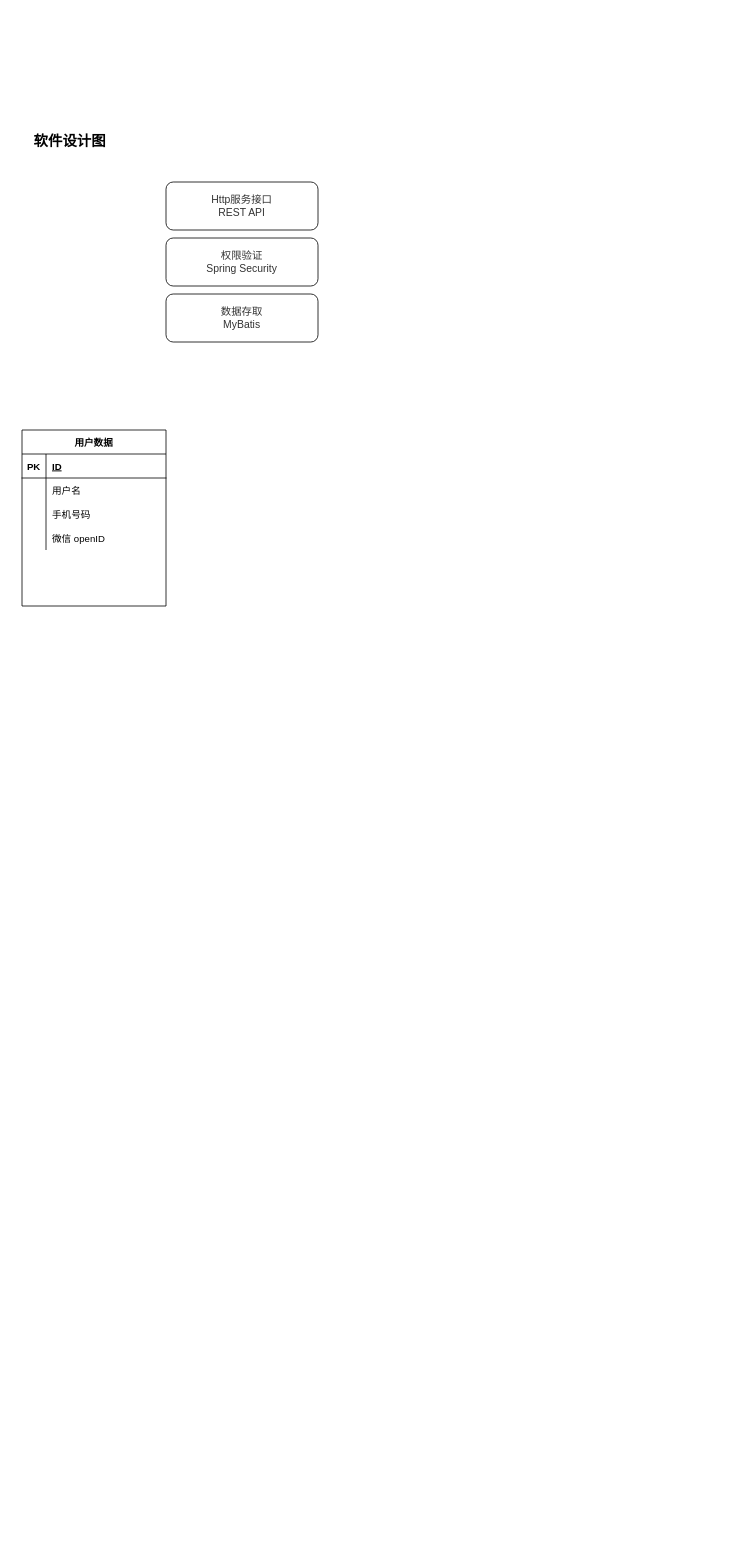
Above: emoson/Untitled Diagram.drawio in hexhero/design (draw.io), before the change. Source tidied: cells renumbered, new cells numbered last; positions are measured from the earlier drawing's top-left corner, leaving out a move shared by most shapes. Both pictures are drawn from the tidied source at 80%, with x=0, y=0 at pixel (14, 126).
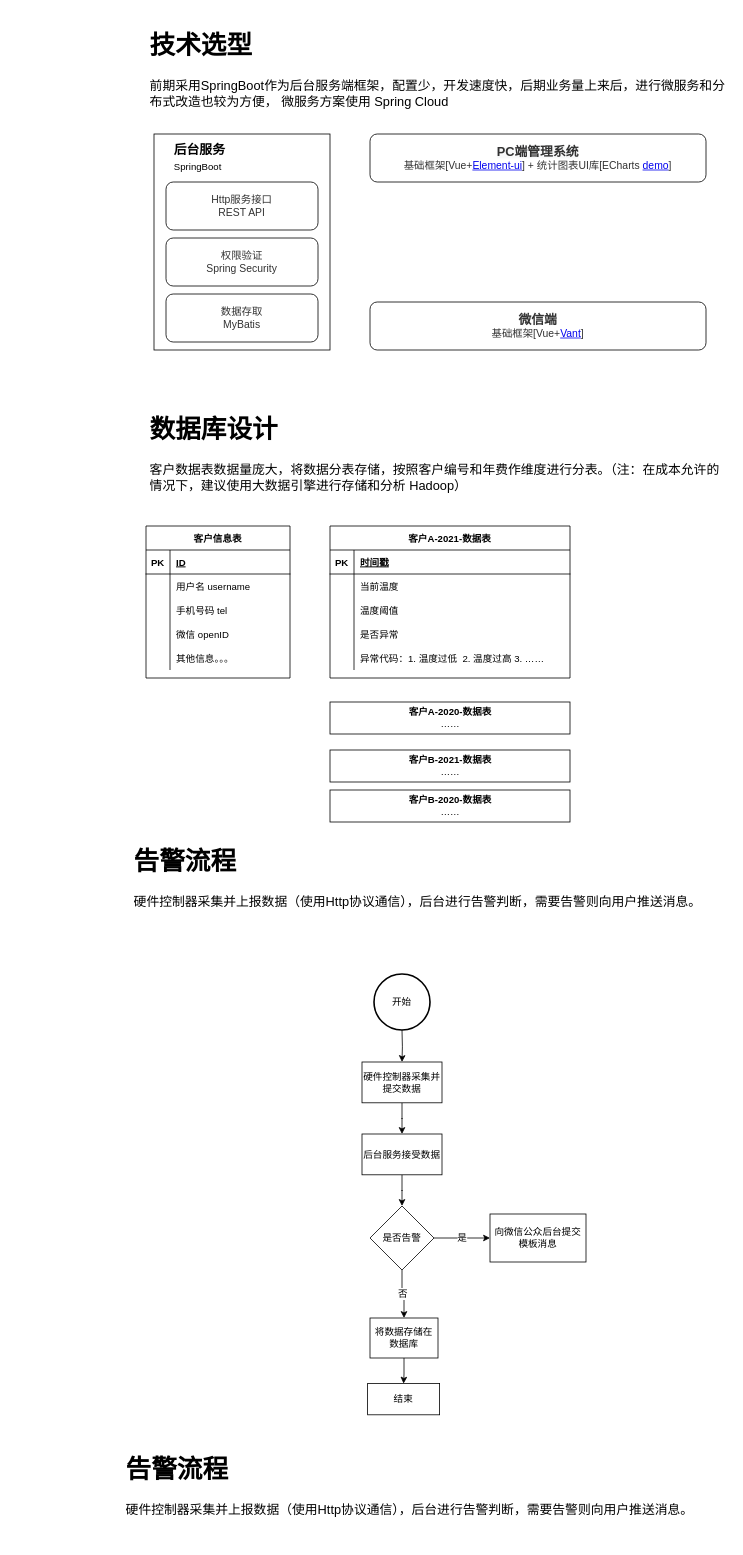
After the change.

The change refers to these unchanged cells:
```xml
<mxCell id="7" style="shape=partialRectangle;fillColor=none;top=0;left=0;bottom=0;right=0;" parent="3" vertex="1">
  <mxGeometry y="60" width="180" height="30" as="geometry" />
</mxCell>
<mxCell id="10" style="shape=partialRectangle;fillColor=none;top=0;left=0;bottom=0;right=0;" parent="3" vertex="1">
  <mxGeometry y="90" width="180" height="30" as="geometry" />
</mxCell>
```

Diff of the diagram source:
```diff
@@
-    <mxCell id="2" value="软件设计图" style="text;html=1;strokeColor=none;fillColor=none;align=center;verticalAlign=middle;whiteSpace=wrap;rounded=0;fontSize=18;fontStyle=1;" parent="1" vertex="1">
-      <mxGeometry width="140" height="40" as="geometry" />
-    </mxCell>
+    <mxCell id="19" style="rounded=0;whiteSpace=wrap;html=1;" parent="1" vertex="1">
+      <mxGeometry x="175" y="10" width="220" height="270" as="geometry" />
+    </mxCell>
-    <mxCell id="3" value="用户数据" style="shape=table;startSize=30;childLayout=tableLayout;rowLines=0;fontStyle=1;align=center;" parent="1" vertex="1">
-      <mxGeometry x="10" y="380" width="180" height="220" as="geometry" />
+    <mxCell id="3" value="客户信息表" style="shape=table;startSize=30;childLayout=tableLayout;rowLines=0;fontStyle=1;align=center;" parent="1" vertex="1">
+      <mxGeometry x="165" y="500" width="180" height="190" as="geometry" />
     </mxCell>
@@
-    <mxCell id="9" value="用户名" style="shape=partialRectangle;fillColor=none;top=0;left=0;bottom=0;right=0;align=left;spacingLeft=6;overflow=hidden;" parent="7" vertex="1">
+    <mxCell id="9" value="用户名 username" style="shape=partialRectangle;fillColor=none;top=0;left=0;bottom=0;right=0;align=left;spacingLeft=6;overflow=hidden;" parent="7" vertex="1">
       <mxGeometry x="30" width="150" height="30" as="geometry" />
     </mxCell>
@@
-    <mxCell id="12" value="手机号码" style="shape=partialRectangle;fillColor=none;top=0;left=0;bottom=0;right=0;align=left;spacingLeft=6;overflow=hidden;" parent="10" vertex="1">
+    <mxCell id="12" value="手机号码 tel" style="shape=partialRectangle;fillColor=none;top=0;left=0;bottom=0;right=0;align=left;spacingLeft=6;overflow=hidden;" parent="10" vertex="1">
       <mxGeometry x="30" width="150" height="30" as="geometry" />
     </mxCell>
@@
+    <mxCell id="20" style="shape=partialRectangle;fillColor=none;top=0;left=0;bottom=0;right=0;" parent="3" vertex="1">
+      <mxGeometry y="150" width="180" height="30" as="geometry" />
+    </mxCell>
+    <mxCell id="21" style="shape=partialRectangle;fillColor=none;top=0;left=0;bottom=0;right=0;overflow=hidden;" parent="20" vertex="1">
+      <mxGeometry width="30" height="30" as="geometry" />
+    </mxCell>
+    <mxCell id="22" value="其他信息。。。" style="shape=partialRectangle;fillColor=none;top=0;left=0;bottom=0;right=0;align=left;spacingLeft=6;overflow=hidden;" parent="20" vertex="1">
+      <mxGeometry x="30" width="150" height="30" as="geometry" />
+    </mxCell>
@@
+    <mxCell id="23" value="客户A-2021-数据表" style="shape=table;startSize=30;childLayout=tableLayout;rowLines=0;fontStyle=1;align=center;" parent="1" vertex="1">
+      <mxGeometry x="395" y="500" width="300" height="190" as="geometry" />
+    </mxCell>
+    <mxCell id="24" style="shape=partialRectangle;fillColor=none;top=0;left=0;bottom=1;right=0;" parent="23" vertex="1">
+      <mxGeometry y="30" width="300" height="30" as="geometry" />
+    </mxCell>
+    <mxCell id="25" value="PK" style="shape=partialRectangle;fillColor=none;top=0;left=0;bottom=0;right=0;fontStyle=1;overflow=hidden;" parent="24" vertex="1">
+      <mxGeometry width="30" height="30" as="geometry" />
+    </mxCell>
+    <mxCell id="26" value="时间戳" style="shape=partialRectangle;fillColor=none;top=0;left=0;bottom=0;right=0;align=left;spacingLeft=6;fontStyle=5;overflow=hidden;" parent="24" vertex="1">
+      <mxGeometry x="30" width="270" height="30" as="geometry" />
+    </mxCell>
+    <mxCell id="27" style="shape=partialRectangle;fillColor=none;top=0;left=0;bottom=0;right=0;" parent="23" vertex="1">
+      <mxGeometry y="60" width="300" height="30" as="geometry" />
+    </mxCell>
+    <mxCell id="28" style="shape=partialRectangle;fillColor=none;top=0;left=0;bottom=0;right=0;overflow=hidden;" parent="27" vertex="1">
+      <mxGeometry width="30" height="30" as="geometry" />
+    </mxCell>
+    <mxCell id="29" value="当前温度" style="shape=partialRectangle;fillColor=none;top=0;left=0;bottom=0;right=0;align=left;spacingLeft=6;overflow=hidden;" parent="27" vertex="1">
+      <mxGeometry x="30" width="270" height="30" as="geometry" />
+    </mxCell>
+    <mxCell id="30" style="shape=partialRectangle;fillColor=none;top=0;left=0;bottom=0;right=0;" parent="23" vertex="1">
+      <mxGeometry y="90" width="300" height="30" as="geometry" />
+    </mxCell>
+    <mxCell id="31" style="shape=partialRectangle;fillColor=none;top=0;left=0;bottom=0;right=0;overflow=hidden;" parent="30" vertex="1">
+      <mxGeometry width="30" height="30" as="geometry" />
+    </mxCell>
+    <mxCell id="32" value="温度阈值" style="shape=partialRectangle;fillColor=none;top=0;left=0;bottom=0;right=0;align=left;spacingLeft=6;overflow=hidden;" parent="30" vertex="1">
+      <mxGeometry x="30" width="270" height="30" as="geometry" />
+    </mxCell>
+    <mxCell id="33" style="shape=partialRectangle;fillColor=none;top=0;left=0;bottom=0;right=0;" parent="23" vertex="1">
+      <mxGeometry y="120" width="300" height="30" as="geometry" />
+    </mxCell>
+    <mxCell id="34" style="shape=partialRectangle;fillColor=none;top=0;left=0;bottom=0;right=0;overflow=hidden;" parent="33" vertex="1">
+      <mxGeometry width="30" height="30" as="geometry" />
+    </mxCell>
+    <mxCell id="35" value="是否异常" style="shape=partialRectangle;fillColor=none;top=0;left=0;bottom=0;right=0;align=left;spacingLeft=6;overflow=hidden;" parent="33" vertex="1">
+      <mxGeometry x="30" width="270" height="30" as="geometry" />
+    </mxCell>
+    <mxCell id="36" style="shape=partialRectangle;fillColor=none;top=0;left=0;bottom=0;right=0;" parent="23" vertex="1">
+      <mxGeometry y="150" width="300" height="30" as="geometry" />
+    </mxCell>
+    <mxCell id="37" style="shape=partialRectangle;fillColor=none;top=0;left=0;bottom=0;right=0;overflow=hidden;" parent="36" vertex="1">
+      <mxGeometry width="30" height="30" as="geometry" />
+    </mxCell>
+    <mxCell id="38" value="异常代码：1. 温度过低  2. 温度过高 3. ……" style="shape=partialRectangle;fillColor=none;top=0;left=0;bottom=0;right=0;align=left;spacingLeft=6;overflow=hidden;" parent="36" vertex="1">
+      <mxGeometry x="30" width="270" height="30" as="geometry" />
+    </mxCell>
+    <mxCell id="39" value="&lt;b&gt;客户A-2020-数据表&lt;/b&gt;&lt;br&gt;……" style="html=1;" parent="1" vertex="1">
+      <mxGeometry x="395" y="720" width="300" height="40" as="geometry" />
+    </mxCell>
+    <mxCell id="40" value="&lt;b&gt;客户B-2021-数据表&lt;/b&gt;&lt;br&gt;……" style="html=1;" parent="1" vertex="1">
+      <mxGeometry x="395" y="780" width="300" height="40" as="geometry" />
+    </mxCell>
+    <mxCell id="41" value="&lt;b&gt;客户B-2020-数据表&lt;/b&gt;&lt;br&gt;……" style="html=1;" parent="1" vertex="1">
+      <mxGeometry x="395" y="830" width="300" height="40" as="geometry" />
+    </mxCell>
+    <mxCell id="42" value="&lt;div style=&quot;resize: none ; outline: 0px ; font-size: 13px ; color: rgb(50 , 50 , 50)&quot;&gt;&lt;/div&gt;&lt;span style=&quot;color: rgb(50 , 50 , 50) ; background-color: rgb(248 , 249 , 250)&quot;&gt;&lt;b&gt;&lt;font style=&quot;font-size: 16px&quot;&gt;PC端管理系统&lt;/font&gt;&lt;/b&gt;&lt;/span&gt;&lt;br&gt;&lt;span style=&quot;background-color: rgba(255 , 255 , 255 , 0.01)&quot;&gt;&lt;font color=&quot;#323232&quot;&gt;&lt;span style=&quot;font-size: 13px&quot;&gt;基础框架[Vue+&lt;a href=&quot;https://element.faas.ele.me/#/zh-CN&quot;&gt;Element-ui&lt;/a&gt;] + 统计图表UI库[ECharts&amp;nbsp;&lt;a href=&quot;data:page/id,JHaTWVX0i-lWZitRwSfC&quot;&gt;demo&lt;/a&gt;]&lt;/span&gt;&lt;/font&gt;&lt;br&gt;&lt;/span&gt;" style="rounded=1;whiteSpace=wrap;html=1;" parent="1" vertex="1">
+      <mxGeometry x="445" y="10" width="420" height="60" as="geometry" />
+    </mxCell>
+    <mxCell id="43" value="&lt;div style=&quot;resize: none ; outline: 0px ; font-size: 13px ; color: rgb(50 , 50 , 50)&quot;&gt;&lt;/div&gt;&lt;font color=&quot;#323232&quot;&gt;&lt;span style=&quot;font-size: 16px&quot;&gt;&lt;b&gt;微信端&lt;/b&gt;&lt;/span&gt;&lt;/font&gt;&lt;br&gt;&lt;span style=&quot;background-color: rgba(255 , 255 , 255 , 0.01)&quot;&gt;&lt;font color=&quot;#323232&quot;&gt;&lt;span style=&quot;font-size: 13px&quot;&gt;基础框架[Vue+&lt;a href=&quot;https://vant-contrib.gitee.io/vant-weapp/#/intro&quot;&gt;Vant&lt;/a&gt;]&lt;/span&gt;&lt;/font&gt;&lt;br&gt;&lt;/span&gt;" style="rounded=1;whiteSpace=wrap;html=1;" parent="1" vertex="1">
+      <mxGeometry x="445" y="220" width="420" height="60" as="geometry" />
+    </mxCell>
+    <mxCell id="44" value="&amp;nbsp;后台服务&lt;br&gt;&lt;span style=&quot;font-weight: normal&quot;&gt;&lt;font style=&quot;font-size: 12px&quot;&gt;SpringBoot&lt;/font&gt;&lt;/span&gt;" style="text;html=1;strokeColor=none;fillColor=none;align=center;verticalAlign=middle;whiteSpace=wrap;rounded=0;fontSize=16;fontStyle=1;" parent="1" vertex="1">
+      <mxGeometry x="175" y="30" width="110" height="20" as="geometry" />
+    </mxCell>
+    <mxCell id="45" value="&lt;h1&gt;数据库设计&lt;/h1&gt;&lt;p&gt;客户数据表数据量庞大，将数据分表存储，按照客户编号和年费作维度进行分表。（注：在成本允许的情况下，建议使用大数据引擎进行存储和分析 Hadoop）&lt;/p&gt;" style="text;html=1;strokeColor=none;fillColor=none;spacing=5;spacingTop=-20;whiteSpace=wrap;overflow=hidden;rounded=0;fontSize=16;" parent="1" vertex="1">
+      <mxGeometry x="165" y="350" width="730" height="120" as="geometry" />
+    </mxCell>
+    <mxCell id="46" value="&lt;h1&gt;技术选型&lt;/h1&gt;&lt;p&gt;前期采用SpringBoot作为后台服务端框架，配置少，开发速度快，后期业务量上来后，进行微服务和分布式改造也较为方便， 微服务方案使用 Spring Cloud&lt;/p&gt;" style="text;html=1;strokeColor=none;fillColor=none;spacing=5;spacingTop=-20;whiteSpace=wrap;overflow=hidden;rounded=0;fontSize=16;" parent="1" vertex="1">
+      <mxGeometry x="165" y="-130" width="730" height="120" as="geometry" />
+    </mxCell>
+    <mxCell id="47" value="&lt;h1&gt;告警流程&lt;/h1&gt;&lt;p&gt;硬件控制器采集并上报数据（使用Http协议通信），后台进行告警判断，需要告警则向用户推送消息。&lt;/p&gt;" style="text;html=1;strokeColor=none;fillColor=none;spacing=5;spacingTop=-20;whiteSpace=wrap;overflow=hidden;rounded=0;fontSize=16;" parent="1" vertex="1">
+      <mxGeometry x="145" y="890" width="730" height="120" as="geometry" />
+    </mxCell>
+    <mxCell id="48" style="edgeStyle=orthogonalEdgeStyle;rounded=0;jettySize=auto;html=1;exitX=0.5;exitY=1;exitDx=0;exitDy=0;fontSize=12;" parent="1" edge="1" target="50">
+      <mxGeometry relative="1" as="geometry">
+        <mxPoint x="485" y="1130" as="sourcePoint" />
+      </mxGeometry>
+    </mxCell>
+    <mxCell id="49" style="edgeStyle=orthogonalEdgeStyle;rounded=0;jettySize=auto;html=1;fontSize=12;" parent="1" edge="1" source="50" target="52">
+      <mxGeometry relative="1" as="geometry" />
+    </mxCell>
+    <mxCell id="50" value="硬件控制器采集并提交数据" style="rounded=0;whiteSpace=wrap;html=1;fontSize=12;" parent="1" vertex="1">
+      <mxGeometry x="435" y="1170" width="100" height="51" as="geometry" />
+    </mxCell>
+    <mxCell id="51" style="edgeStyle=orthogonalEdgeStyle;rounded=0;jettySize=auto;html=1;fontSize=12;" parent="1" edge="1" source="52" target="55">
+      <mxGeometry relative="1" as="geometry" />
+    </mxCell>
+    <mxCell id="52" value="后台服务接受数据" style="rounded=0;whiteSpace=wrap;html=1;fontSize=12;" parent="1" vertex="1">
+      <mxGeometry x="435" y="1260" width="100" height="51" as="geometry" />
+    </mxCell>
+    <mxCell id="53" value="是" style="edgeStyle=orthogonalEdgeStyle;rounded=0;jettySize=auto;html=1;fontSize=12;" parent="1" edge="1" source="55" target="56">
+      <mxGeometry relative="1" as="geometry" />
+    </mxCell>
+    <mxCell id="54" value="否" style="edgeStyle=orthogonalEdgeStyle;rounded=0;jettySize=auto;html=1;fontSize=12;" parent="1" edge="1" source="55" target="58">
+      <mxGeometry relative="1" as="geometry" />
+    </mxCell>
+    <mxCell id="55" value="是否告警" style="rhombus;whiteSpace=wrap;html=1;rounded=0;" parent="1" vertex="1">
+      <mxGeometry x="445" y="1350" width="80" height="80" as="geometry" />
+    </mxCell>
+    <mxCell id="56" value="向微信公众后台提交模板消息" style="whiteSpace=wrap;html=1;rounded=0;" parent="1" vertex="1">
+      <mxGeometry x="595" y="1360" width="120" height="60" as="geometry" />
+    </mxCell>
+    <mxCell id="57" style="edgeStyle=orthogonalEdgeStyle;rounded=0;jettySize=auto;html=1;fontSize=12;" parent="1" edge="1" source="58" target="60">
+      <mxGeometry relative="1" as="geometry" />
+    </mxCell>
+    <mxCell id="58" value="将数据存储在数据库" style="whiteSpace=wrap;html=1;rounded=0;" parent="1" vertex="1">
+      <mxGeometry x="445" y="1490" width="85" height="50" as="geometry" />
+    </mxCell>
+    <mxCell id="59" value="开始" style="strokeWidth=2;html=1;shape=mxgraph.flowchart.start_2;whiteSpace=wrap;fontSize=12;" parent="1" vertex="1">
+      <mxGeometry x="450" y="1060" width="70" height="70" as="geometry" />
+    </mxCell>
+    <mxCell id="60" value="结束" style="whiteSpace=wrap;html=1;rounded=0;" parent="1" vertex="1">
+      <mxGeometry x="442" y="1572" width="90" height="39" as="geometry" />
+    </mxCell>
+    <mxCell id="61" value="&lt;h1&gt;告警流程&lt;/h1&gt;&lt;p&gt;硬件控制器采集并上报数据（使用Http协议通信），后台进行告警判断，需要告警则向用户推送消息。&lt;/p&gt;" style="text;html=1;strokeColor=none;fillColor=none;spacing=5;spacingTop=-20;whiteSpace=wrap;overflow=hidden;rounded=0;fontSize=16;" parent="1" vertex="1">
+      <mxGeometry x="135" y="1650" width="730" height="120" as="geometry" />
+    </mxCell>
```
